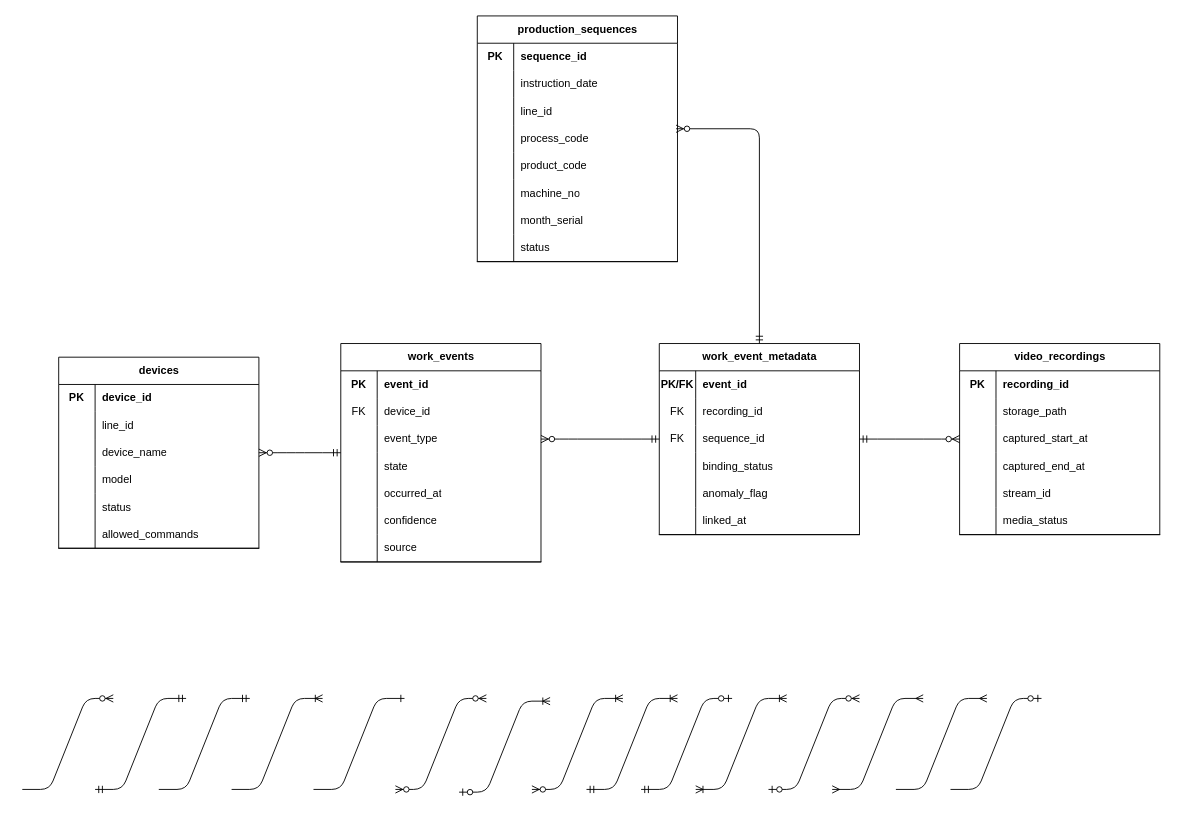
Earlier version of the draw.io diagram docs/03000_設計書/03030_業務サービス層設計/03036_データベース設計書/業務サービス層ER図.drawio (daichiTAAA/AirakuVision). Source tidied: cells renumbered, new cells numbered last; positions are measured from the earlier drawing's top-left corner, leaving out a move shared by most shapes. Both pictures are drawn from the tidied source at 91%, with x=0, y=0 at pixel (22, 15).
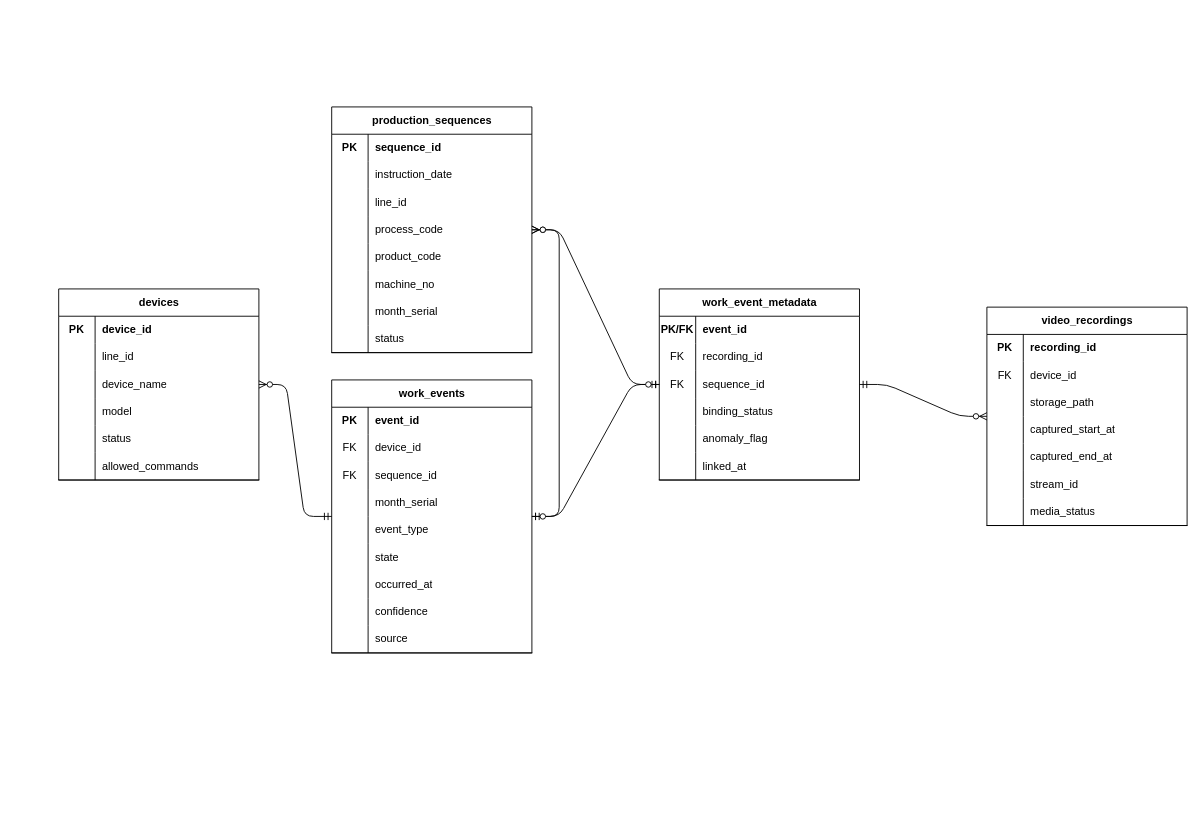
The same diagram, later.

Commit message (it also covers changes not shown here):
設計書を追加した

The change refers to these unchanged cells:
```xml
<mxCell id="31" style="shape=tableRow;horizontal=0;startSize=0;swimlaneHead=0;swimlaneBody=0;fillColor=none;points=[[0,0.5],[1,0.5]];portConstraint=eastwest;top=0;left=0;right=0;bottom=0;" parent="21" vertex="1">
  <mxGeometry y="120" width="220" height="30" as="geometry" />
</mxCell>
<mxCell id="75" style="shape=tableRow;horizontal=0;startSize=0;swimlaneHead=0;swimlaneBody=0;fillColor=none;points=[[0,0.5],[1,0.5]];portConstraint=eastwest;top=0;left=0;right=0;bottom=0;" parent="68" vertex="1">
  <mxGeometry y="90" width="220" height="30" as="geometry" />
</mxCell>
```

Change to the diagram source:
```diff
@@
     <mxCell id="2" value="devices" style="shape=table;startSize=30;childLayout=tableLayout;rowLines=0;fontStyle=1;align=center;html=1;" parent="1" vertex="1">
-      <mxGeometry x="40" y="375" width="220" height="210" as="geometry" />
+      <mxGeometry x="40" y="300" width="220" height="210" as="geometry" />
     </mxCell>
@@
     <mxCell id="21" value="production_sequences" style="shape=table;startSize=30;childLayout=tableLayout;rowLines=0;fontStyle=1;align=center;html=1;" parent="1" vertex="1">
-      <mxGeometry x="500" width="220" height="270" as="geometry" />
+      <mxGeometry x="340" y="100" width="220" height="270" as="geometry" />
     </mxCell>
@@
     <mxCell id="46" value="work_events" style="shape=table;startSize=30;childLayout=tableLayout;rowLines=0;fontStyle=1;align=center;html=1;" parent="1" vertex="1">
-      <mxGeometry x="350" y="360" width="220" height="240" as="geometry" />
+      <mxGeometry x="340" y="400" width="220" height="300" as="geometry" />
     </mxCell>
@@
+    <mxCell id="125" style="shape=tableRow;horizontal=0;startSize=0;swimlaneHead=0;swimlaneBody=0;fillColor=none;top=0;left=0;right=0;bottom=0;" parent="46" vertex="1">
+      <mxGeometry y="90" width="220" height="30" as="geometry" />
+    </mxCell>
+    <mxCell id="126" value="FK" style="shape=partialRectangle;fillColor=none;top=0;left=0;bottom=0;right=0;overflow=hidden;whiteSpace=wrap;html=1;" parent="125" vertex="1">
+      <mxGeometry width="40" height="30" as="geometry" />
+    </mxCell>
+    <mxCell id="127" value="sequence_id" style="shape=partialRectangle;fillColor=none;top=0;left=0;bottom=0;right=0;align=left;spacingLeft=6;overflow=hidden;whiteSpace=wrap;html=1;" parent="125" vertex="1">
+      <mxGeometry x="40" width="180" height="30" as="geometry" />
+    </mxCell>
+    <mxCell id="128" style="shape=tableRow;horizontal=0;startSize=0;swimlaneHead=0;swimlaneBody=0;fillColor=none;top=0;left=0;right=0;bottom=0;" parent="46" vertex="1">
+      <mxGeometry y="120" width="220" height="30" as="geometry" />
+    </mxCell>
+    <mxCell id="129" style="shape=partialRectangle;fillColor=none;top=0;left=0;bottom=0;right=0;overflow=hidden;whiteSpace=wrap;html=1;" parent="128" vertex="1">
+      <mxGeometry width="40" height="30" as="geometry" />
+    </mxCell>
+    <mxCell id="130" value="month_serial" style="shape=partialRectangle;fillColor=none;top=0;left=0;bottom=0;right=0;align=left;spacingLeft=6;overflow=hidden;whiteSpace=wrap;html=1;" parent="128" vertex="1">
+      <mxGeometry x="40" width="180" height="30" as="geometry" />
+    </mxCell>
     <mxCell id="53" style="shape=tableRow;horizontal=0;startSize=0;swimlaneHead=0;swimlaneBody=0;fillColor=none;points=[[0,0.5],[1,0.5]];portConstraint=eastwest;top=0;left=0;right=0;bottom=0;" parent="46" vertex="1">
-      <mxGeometry y="90" width="220" height="30" as="geometry" />
+      <mxGeometry y="150" width="220" height="30" as="geometry" />
     </mxCell>
@@
     <mxCell id="56" style="shape=tableRow;horizontal=0;startSize=0;swimlaneHead=0;swimlaneBody=0;fillColor=none;top=0;left=0;right=0;bottom=0;" parent="46" vertex="1">
-      <mxGeometry y="120" width="220" height="30" as="geometry" />
+      <mxGeometry y="180" width="220" height="30" as="geometry" />
     </mxCell>
@@
     <mxCell id="59" style="shape=tableRow;horizontal=0;startSize=0;swimlaneHead=0;swimlaneBody=0;fillColor=none;top=0;left=0;right=0;bottom=0;" parent="46" vertex="1">
-      <mxGeometry y="150" width="220" height="30" as="geometry" />
+      <mxGeometry y="210" width="220" height="30" as="geometry" />
     </mxCell>
@@
     <mxCell id="62" style="shape=tableRow;horizontal=0;startSize=0;swimlaneHead=0;swimlaneBody=0;fillColor=none;top=0;left=0;right=0;bottom=0;" parent="46" vertex="1">
-      <mxGeometry y="180" width="220" height="30" as="geometry" />
+      <mxGeometry y="240" width="220" height="30" as="geometry" />
     </mxCell>
@@
     <mxCell id="65" style="shape=tableRow;horizontal=0;startSize=0;swimlaneHead=0;swimlaneBody=0;fillColor=none;top=0;left=0;right=0;bottom=1;" parent="46" vertex="1">
-      <mxGeometry y="210" width="220" height="30" as="geometry" />
+      <mxGeometry y="270" width="220" height="30" as="geometry" />
     </mxCell>
@@
     <mxCell id="68" value="work_event_metadata" style="shape=table;startSize=30;childLayout=tableLayout;rowLines=0;fontStyle=1;align=center;html=1;" parent="1" vertex="1">
-      <mxGeometry x="700" y="360" width="220" height="210" as="geometry" />
+      <mxGeometry x="700" y="300" width="220" height="210" as="geometry" />
     </mxCell>
@@
     <mxCell id="87" value="video_recordings" style="shape=table;startSize=30;childLayout=tableLayout;rowLines=0;fontStyle=1;align=center;html=1;" parent="1" vertex="1">
-      <mxGeometry x="1030" y="360" width="220" height="210" as="geometry" />
+      <mxGeometry x="1060" y="320" width="220" height="240" as="geometry" />
     </mxCell>
@@
+    <mxCell id="131" style="shape=tableRow;horizontal=0;startSize=0;swimlaneHead=0;swimlaneBody=0;fillColor=none;top=0;left=0;right=0;bottom=0;" parent="87" vertex="1">
+      <mxGeometry y="60" width="220" height="30" as="geometry" />
+    </mxCell>
+    <mxCell id="132" value="FK" style="shape=partialRectangle;fillColor=none;top=0;left=0;bottom=0;right=0;overflow=hidden;whiteSpace=wrap;html=1;" parent="131" vertex="1">
+      <mxGeometry width="40" height="30" as="geometry" />
+    </mxCell>
+    <mxCell id="133" value="device_id" style="shape=partialRectangle;fillColor=none;top=0;left=0;bottom=0;right=0;align=left;spacingLeft=6;overflow=hidden;whiteSpace=wrap;html=1;" parent="131" vertex="1">
+      <mxGeometry x="40" width="180" height="30" as="geometry" />
+    </mxCell>
     <mxCell id="91" style="shape=tableRow;horizontal=0;startSize=0;swimlaneHead=0;swimlaneBody=0;fillColor=none;top=0;left=0;right=0;bottom=0;" parent="87" vertex="1">
-      <mxGeometry y="60" width="220" height="30" as="geometry" />
+      <mxGeometry y="90" width="220" height="30" as="geometry" />
     </mxCell>
@@
     <mxCell id="94" style="shape=tableRow;horizontal=0;startSize=0;swimlaneHead=0;swimlaneBody=0;fillColor=none;top=0;left=0;right=0;bottom=0;" parent="87" vertex="1">
-      <mxGeometry y="90" width="220" height="30" as="geometry" />
+      <mxGeometry y="120" width="220" height="30" as="geometry" />
     </mxCell>
@@
     <mxCell id="97" style="shape=tableRow;horizontal=0;startSize=0;swimlaneHead=0;swimlaneBody=0;fillColor=none;top=0;left=0;right=0;bottom=0;" parent="87" vertex="1">
-      <mxGeometry y="120" width="220" height="30" as="geometry" />
+      <mxGeometry y="150" width="220" height="30" as="geometry" />
     </mxCell>
@@
     <mxCell id="100" style="shape=tableRow;horizontal=0;startSize=0;swimlaneHead=0;swimlaneBody=0;fillColor=none;top=0;left=0;right=0;bottom=0;" parent="87" vertex="1">
-      <mxGeometry y="150" width="220" height="30" as="geometry" />
+      <mxGeometry y="180" width="220" height="30" as="geometry" />
     </mxCell>
@@
     <mxCell id="103" style="shape=tableRow;horizontal=0;startSize=0;swimlaneHead=0;swimlaneBody=0;fillColor=none;top=0;left=0;right=0;bottom=1;" parent="87" vertex="1">
-      <mxGeometry y="180" width="220" height="30" as="geometry" />
+      <mxGeometry y="210" width="220" height="30" as="geometry" />
     </mxCell>
@@
+    <mxCell id="134" style="edgeStyle=entityRelationEdgeStyle;fontSize=12;html=1;startArrow=ERzeroToMany;startFill=1;endArrow=ERmandOne;" parent="1" edge="1" source="21" target="46">
+      <mxGeometry relative="1" as="geometry" />
+    </mxCell>
+    <mxCell id="135" style="edgeStyle=entityRelationEdgeStyle;fontSize=12;html=1;startArrow=ERzeroToOne;startFill=1;endArrow=ERmandOne;" parent="1" edge="1" source="46" target="68">
+      <mxGeometry relative="1" as="geometry" />
+    </mxCell>
@@
-    <mxCell id="108" style="edgeStyle=entityRelationEdgeStyle;fontSize=12;html=1;endArrow=ERoneToMany;" parent="1" edge="1">
-      <mxGeometry relative="1" as="geometry">
-        <mxPoint x="230" y="850" as="sourcePoint" />
-        <mxPoint x="330" y="750" as="targetPoint" />
-        <Array as="points">
-          <mxPoint x="30" y="1080" />
-        </Array>
-      </mxGeometry>
-    </mxCell>
-    <mxCell id="109" style="edgeStyle=entityRelationEdgeStyle;fontSize=12;html=1;endArrow=ERmandOne;" parent="1" edge="1">
-      <mxGeometry relative="1" as="geometry">
-        <mxPoint x="150" y="850" as="sourcePoint" />
-        <mxPoint x="250" y="750" as="targetPoint" />
-      </mxGeometry>
-    </mxCell>
-    <mxCell id="110" style="edgeStyle=entityRelationEdgeStyle;fontSize=12;html=1;endArrow=ERmandOne;startArrow=ERmandOne;" parent="1" edge="1">
-      <mxGeometry relative="1" as="geometry">
-        <mxPoint x="80" y="850" as="sourcePoint" />
-        <mxPoint x="180" y="750" as="targetPoint" />
-      </mxGeometry>
-    </mxCell>
-    <mxCell id="111" style="edgeStyle=entityRelationEdgeStyle;fontSize=12;html=1;endArrow=ERone;endFill=1;" parent="1" edge="1">
-      <mxGeometry relative="1" as="geometry">
-        <mxPoint x="320" y="850" as="sourcePoint" />
-        <mxPoint x="420" y="750" as="targetPoint" />
-      </mxGeometry>
-    </mxCell>
-    <mxCell id="112" style="edgeStyle=entityRelationEdgeStyle;fontSize=12;html=1;endArrow=ERzeroToOne;endFill=1;" parent="1" edge="1">
-      <mxGeometry relative="1" as="geometry">
-        <mxPoint x="1020" y="850" as="sourcePoint" />
-        <mxPoint x="1120" y="750" as="targetPoint" />
-      </mxGeometry>
-    </mxCell>
-    <mxCell id="113" style="edgeStyle=entityRelationEdgeStyle;fontSize=12;html=1;endArrow=ERmany;" parent="1" edge="1">
-      <mxGeometry relative="1" as="geometry">
-        <mxPoint x="960" y="850" as="sourcePoint" />
-        <mxPoint x="1060" y="750" as="targetPoint" />
-      </mxGeometry>
-    </mxCell>
-    <mxCell id="114" style="edgeStyle=entityRelationEdgeStyle;fontSize=12;html=1;endArrow=ERmany;startArrow=ERmany;" parent="1" edge="1">
-      <mxGeometry relative="1" as="geometry">
-        <mxPoint x="890" y="850" as="sourcePoint" />
-        <mxPoint x="990" y="750" as="targetPoint" />
-      </mxGeometry>
-    </mxCell>
-    <mxCell id="115" style="edgeStyle=entityRelationEdgeStyle;fontSize=12;html=1;endArrow=ERzeroToMany;startArrow=ERzeroToOne;" parent="1" edge="1">
-      <mxGeometry relative="1" as="geometry">
-        <mxPoint x="820" y="850" as="sourcePoint" />
-        <mxPoint x="920" y="750" as="targetPoint" />
-      </mxGeometry>
-    </mxCell>
-    <mxCell id="116" style="edgeStyle=entityRelationEdgeStyle;fontSize=12;html=1;endArrow=ERzeroToOne;startArrow=ERmandOne;" parent="1" edge="1">
-      <mxGeometry relative="1" as="geometry">
-        <mxPoint x="680" y="850" as="sourcePoint" />
-        <mxPoint x="780" y="750" as="targetPoint" />
-      </mxGeometry>
-    </mxCell>
-    <mxCell id="117" style="edgeStyle=entityRelationEdgeStyle;fontSize=12;html=1;endArrow=ERoneToMany;startArrow=ERmandOne;" parent="1" edge="1">
-      <mxGeometry relative="1" as="geometry">
-        <mxPoint x="620" y="850" as="sourcePoint" />
-        <mxPoint x="720" y="750" as="targetPoint" />
-      </mxGeometry>
-    </mxCell>
-    <mxCell id="118" style="edgeStyle=entityRelationEdgeStyle;fontSize=12;html=1;endArrow=ERoneToMany;startArrow=ERzeroToOne;" parent="1" edge="1">
-      <mxGeometry relative="1" as="geometry">
-        <mxPoint x="480" y="853" as="sourcePoint" />
-        <mxPoint x="580" y="753" as="targetPoint" />
-      </mxGeometry>
-    </mxCell>
-    <mxCell id="119" style="edgeStyle=entityRelationEdgeStyle;fontSize=12;html=1;endArrow=ERoneToMany;startArrow=ERoneToMany;" parent="1" edge="1">
-      <mxGeometry relative="1" as="geometry">
-        <mxPoint x="740" y="850" as="sourcePoint" />
-        <mxPoint x="840" y="750" as="targetPoint" />
-      </mxGeometry>
-    </mxCell>
-    <mxCell id="120" style="edgeStyle=entityRelationEdgeStyle;fontSize=12;html=1;endArrow=ERoneToMany;startArrow=ERzeroToMany;" parent="1" edge="1">
-      <mxGeometry relative="1" as="geometry">
-        <mxPoint x="560" y="850" as="sourcePoint" />
-        <mxPoint x="660" y="750" as="targetPoint" />
-      </mxGeometry>
-    </mxCell>
-    <mxCell id="121" style="edgeStyle=entityRelationEdgeStyle;fontSize=12;html=1;endArrow=ERzeroToMany;endFill=1;startArrow=ERzeroToMany;" parent="1" edge="1">
-      <mxGeometry relative="1" as="geometry">
-        <mxPoint x="410" y="850" as="sourcePoint" />
-        <mxPoint x="510" y="750" as="targetPoint" />
-      </mxGeometry>
-    </mxCell>
-    <mxCell id="122" style="edgeStyle=entityRelationEdgeStyle;fontSize=12;html=1;endArrow=ERzeroToMany;endFill=1;" parent="1" edge="1">
-      <mxGeometry relative="1" as="geometry">
-        <mxPoint y="850" as="sourcePoint" />
-        <mxPoint x="100" y="750" as="targetPoint" />
-      </mxGeometry>
-    </mxCell>
-    <mxCell id="123" style="edgeStyle=entityRelationEdgeStyle;fontSize=12;html=1;endArrow=ERzeroToMany;startArrow=ERmandOne;entryX=1;entryY=0.5;entryDx=0;entryDy=0;exitX=0;exitY=0.5;exitDx=0;exitDy=0;" parent="1" edge="1" source="75" target="53">
-      <mxGeometry relative="1" as="geometry" />
-    </mxCell>
-    <mxCell id="124" style="edgeStyle=orthogonalEdgeStyle;fontSize=12;html=1;endArrow=ERzeroToMany;startArrow=ERmandOne;entryX=0.993;entryY=0.133;entryDx=0;entryDy=0;exitX=0.5;exitY=0;exitDx=0;exitDy=0;entryPerimeter=0;" parent="1" edge="1" source="68" target="31">
-      <mxGeometry relative="1" as="geometry" />
-    </mxCell>
+    <mxCell id="136" style="edgeStyle=entityRelationEdgeStyle;fontSize=12;html=1;startArrow=ERzeroToMany;startFill=1;endArrow=ERzeroToOne;endFill=1;" parent="1" edge="1" source="21" target="68">
+      <mxGeometry relative="1" as="geometry" />
+    </mxCell>
```
